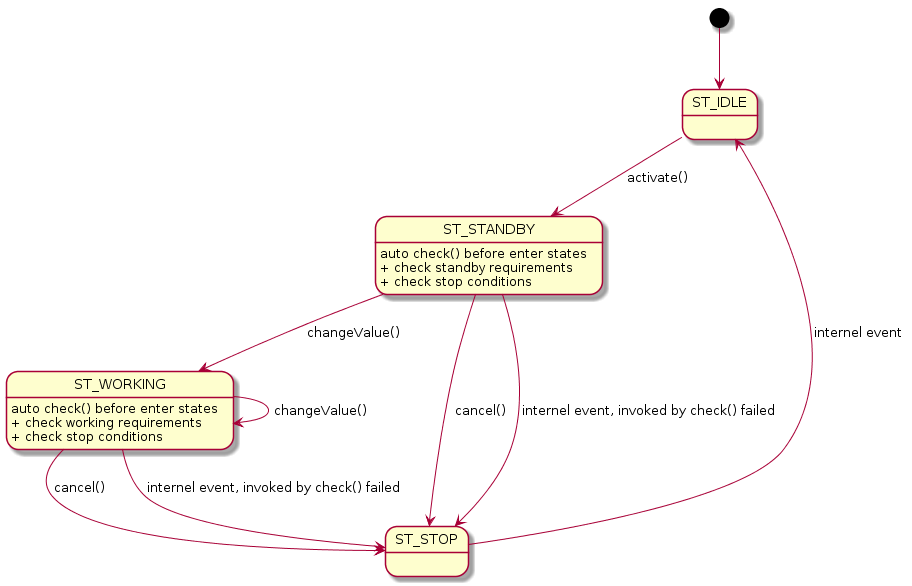
This is imgs/sketch.png from masszhou/CANbus_state_machine, a PlantUML export, as it was before one commit. Source of this version:
```plantuml
@startuml
[*] --> ST_IDLE
ST_IDLE --> ST_STANDBY : activate()
ST_STANDBY --> ST_WORKING : changeValue()
ST_STANDBY --> ST_STOP : cancel()
ST_STANDBY : auto check() before enter states
ST_STANDBY : + check standby requirements
ST_STANDBY : + check stop conditions
ST_STANDBY --> ST_STOP : internel event, invoked by check() failed
ST_WORKING --> ST_WORKING : changeValue()
ST_WORKING --> ST_STOP : cancel()
ST_WORKING : auto check() before enter states
ST_WORKING : + check working requirements
ST_WORKING : + check stop conditions
ST_WORKING --> ST_STOP : internel event, invoked by check() failed
ST_STOP --> ST_IDLE : internel event
@enduml
```
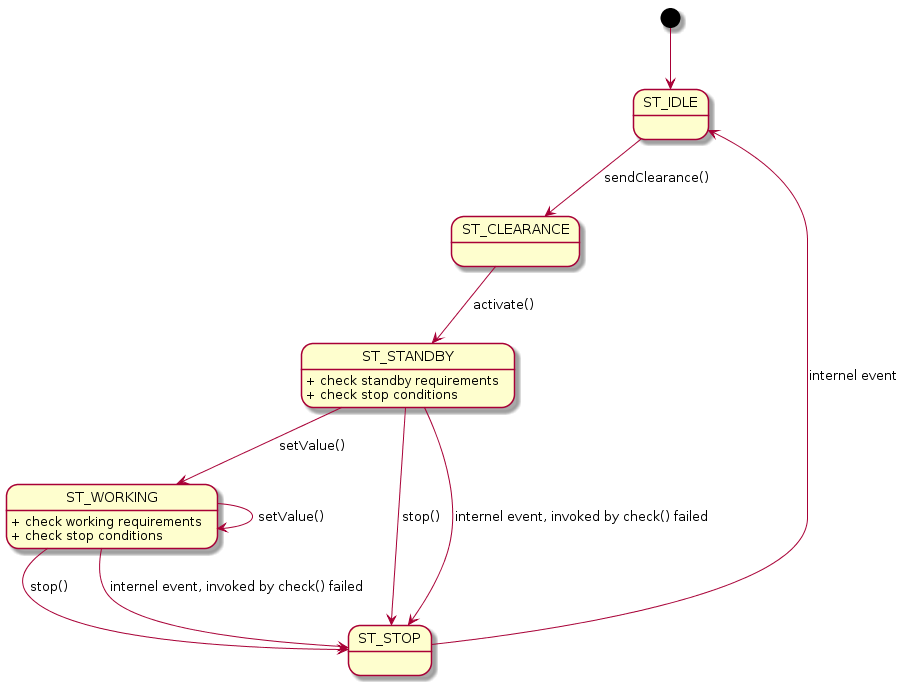
After the change.

Commit message:
* update uml to current code

What changed in the source:
```diff
@@ -1,15 +1,14 @@
 @startuml
 [*] --> ST_IDLE
-ST_IDLE --> ST_STANDBY : activate()
-ST_STANDBY --> ST_WORKING : changeValue()
-ST_STANDBY --> ST_STOP : cancel()
-ST_STANDBY : auto check() before enter states
+ST_IDLE --> ST_CLEARANCE : sendClearance()
+ST_CLEARANCE -->ST_STANDBY : activate()
+ST_STANDBY --> ST_WORKING : setValue()
+ST_STANDBY --> ST_STOP : stop()
 ST_STANDBY : + check standby requirements
 ST_STANDBY : + check stop conditions
 ST_STANDBY --> ST_STOP : internel event, invoked by check() failed
-ST_WORKING --> ST_WORKING : changeValue()
-ST_WORKING --> ST_STOP : cancel()
-ST_WORKING : auto check() before enter states
+ST_WORKING --> ST_WORKING : setValue()
+ST_WORKING --> ST_STOP : stop()
 ST_WORKING : + check working requirements
 ST_WORKING : + check stop conditions
 ST_WORKING --> ST_STOP : internel event, invoked by check() failed
```
